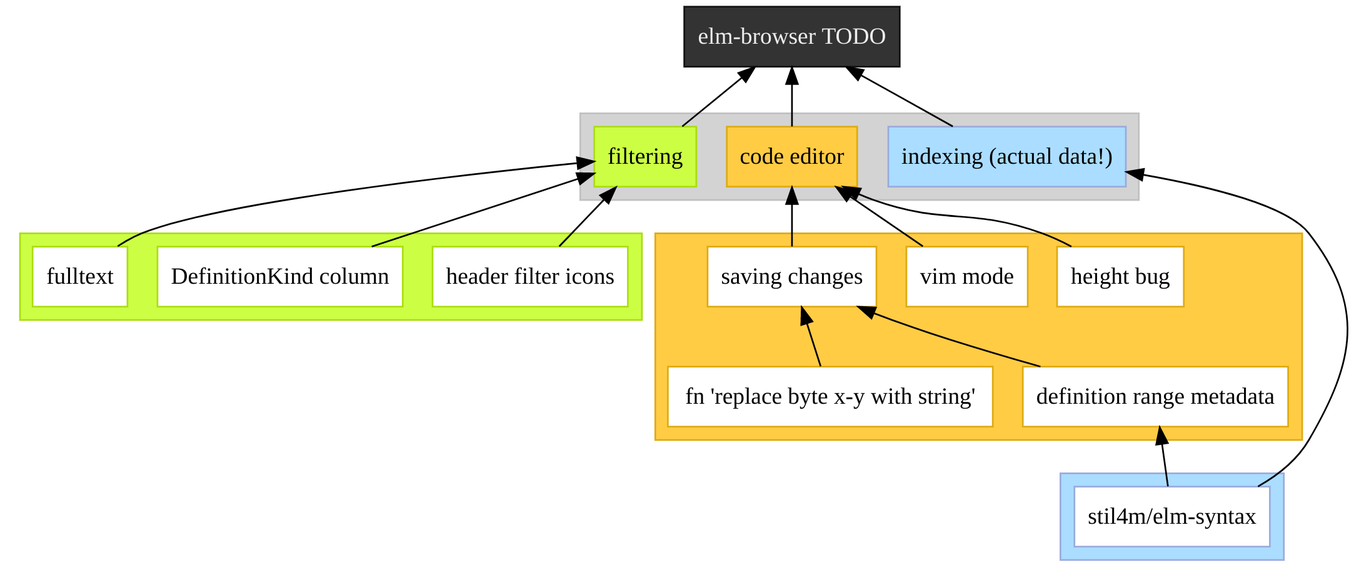
The Graphviz diagram resources/readme/todo.png in Janiczek/elm-browser, before a commit. Its source is kept beside it as todo.dot.
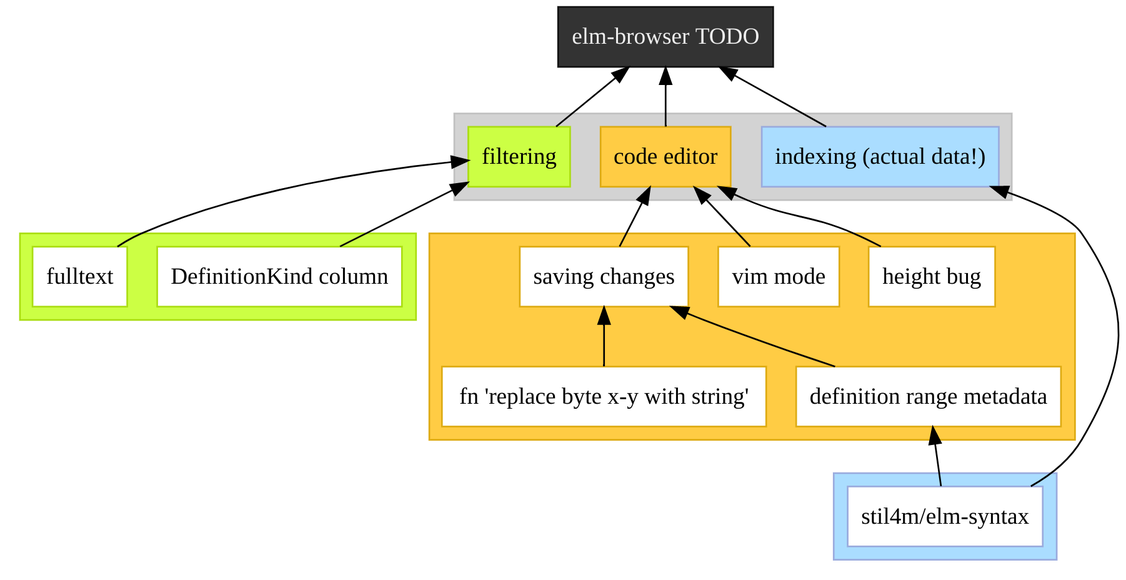
After the change.

Diff of the diagram source:
```diff
@@ -29,13 +29,11 @@
   fillcolor="#ccff44";
   node [style=filled,color="#aadd11", fillcolor=white];
 
-  "header filter icons";
   "DefinitionKind column";
   "fulltext";
 
 }
 
-"header filter icons" -> "filtering";
 "DefinitionKind column" -> "filtering";
 "fulltext" -> "filtering";
 
```
